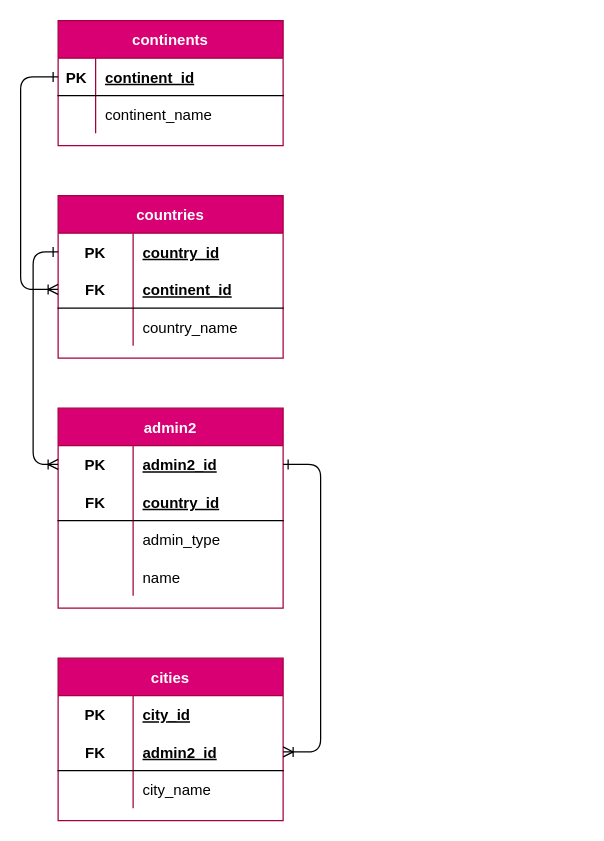
Earlier version of the draw.io diagram page "model" (2 of 2) of mundo_ER.drawio (r3card0/mundo-octo-potato). Source tidied: cells renumbered, new cells numbered last; positions are measured from the earlier drawing's top-left corner, leaving out a move shared by most shapes. Both pictures are drawn from the tidied source at 125%, with x=0, y=0 at pixel (20, 20).
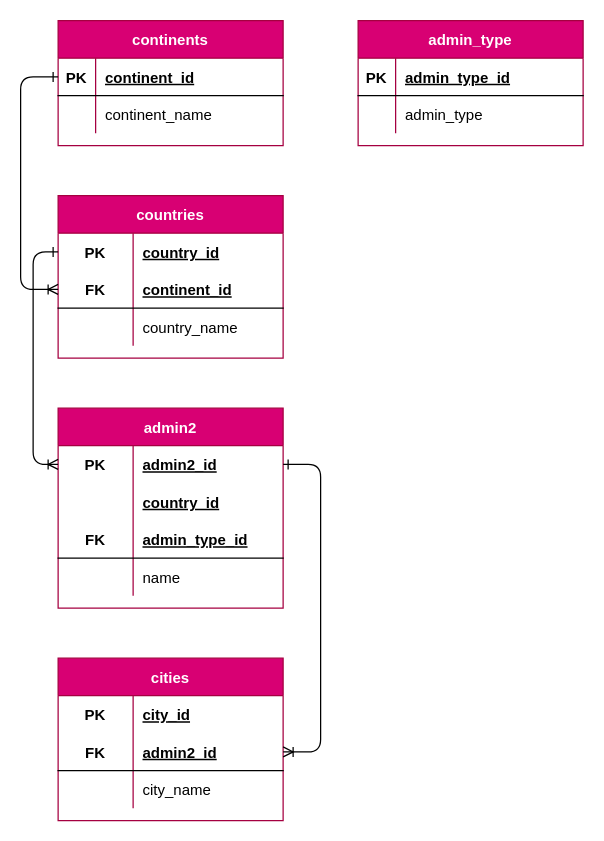
Above is the later version.

Commit message:
fixed admin2 model

Unchanged cells that the change refers to:
```xml
<mxCell id="19" value="admin2" style="shape=table;startSize=30;childLayout=tableLayout;rowLines=0;fontStyle=1;align=center;fillColor=#d80073;fontColor=#ffffff;strokeColor=#A50040;" parent="1" vertex="1">
  <mxGeometry x="30" y="310" width="180" height="160" as="geometry" />
</mxCell>
```

What changed in the source:
```diff
@@
+    <mxCell id="45" style="shape=partialRectangle;fillColor=none;top=0;left=0;bottom=0;right=0;" parent="19" vertex="1">
+      <mxGeometry y="60" width="180" height="30" as="geometry" />
+    </mxCell>
+    <mxCell id="46" style="shape=partialRectangle;fillColor=none;top=0;left=0;bottom=0;right=0;fontStyle=1;overflow=hidden;" parent="45" vertex="1">
+      <mxGeometry width="60" height="30" as="geometry" />
+    </mxCell>
+    <mxCell id="47" value="country_id" style="shape=partialRectangle;fillColor=none;top=0;left=0;bottom=0;right=0;align=left;spacingLeft=6;fontStyle=5;overflow=hidden;" parent="45" vertex="1">
+      <mxGeometry x="60" width="120" height="30" as="geometry" />
+    </mxCell>
     <mxCell id="23" style="shape=partialRectangle;fillColor=none;top=0;left=0;bottom=1;right=0;" parent="19" vertex="1">
-      <mxGeometry y="60" width="180" height="30" as="geometry" />
+      <mxGeometry y="90" width="180" height="30" as="geometry" />
     </mxCell>
@@
-    <mxCell id="25" value="country_id" style="shape=partialRectangle;fillColor=none;top=0;left=0;bottom=0;right=0;align=left;spacingLeft=6;fontStyle=5;overflow=hidden;" parent="23" vertex="1">
+    <mxCell id="25" value="admin_type_id" style="shape=partialRectangle;fillColor=none;top=0;left=0;bottom=0;right=0;align=left;spacingLeft=6;fontStyle=5;overflow=hidden;" parent="23" vertex="1">
       <mxGeometry x="60" width="120" height="30" as="geometry" />
     </mxCell>
     <mxCell id="26" style="shape=partialRectangle;fillColor=none;top=0;left=0;bottom=0;right=0;" parent="19" vertex="1">
-      <mxGeometry y="90" width="180" height="30" as="geometry" />
+      <mxGeometry y="120" width="180" height="30" as="geometry" />
     </mxCell>
@@
-    <mxCell id="28" value="admin_type" style="shape=partialRectangle;fillColor=none;top=0;left=0;bottom=0;right=0;align=left;spacingLeft=6;overflow=hidden;" parent="26" vertex="1">
+    <mxCell id="28" value="name" style="shape=partialRectangle;fillColor=none;top=0;left=0;bottom=0;right=0;align=left;spacingLeft=6;overflow=hidden;" parent="26" vertex="1">
       <mxGeometry x="60" width="120" height="30" as="geometry" />
     </mxCell>
-    <mxCell id="29" style="shape=partialRectangle;fillColor=none;top=0;left=0;bottom=0;right=0;" parent="19" vertex="1">
-      <mxGeometry y="120" width="180" height="30" as="geometry" />
-    </mxCell>
-    <mxCell id="30" style="shape=partialRectangle;fillColor=none;top=0;left=0;bottom=0;right=0;overflow=hidden;" parent="29" vertex="1">
-      <mxGeometry width="60" height="30" as="geometry" />
-    </mxCell>
-    <mxCell id="31" value="name" style="shape=partialRectangle;fillColor=none;top=0;left=0;bottom=0;right=0;align=left;spacingLeft=6;overflow=hidden;" parent="29" vertex="1">
-      <mxGeometry x="60" width="120" height="30" as="geometry" />
-    </mxCell>
@@
+    <mxCell id="48" value="admin_type" style="shape=table;startSize=30;childLayout=tableLayout;rowLines=0;fontStyle=1;align=center;fillColor=#d80073;strokeColor=#A50040;fontColor=#ffffff;" parent="1" vertex="1">
+      <mxGeometry x="270" width="180" height="100" as="geometry" />
+    </mxCell>
+    <mxCell id="49" style="shape=partialRectangle;fillColor=none;top=0;left=0;bottom=1;right=0;" parent="48" vertex="1">
+      <mxGeometry y="30" width="180" height="30" as="geometry" />
+    </mxCell>
+    <mxCell id="50" value="PK" style="shape=partialRectangle;fillColor=none;top=0;left=0;bottom=0;right=0;fontStyle=1;overflow=hidden;" parent="49" vertex="1">
+      <mxGeometry width="30" height="30" as="geometry" />
+    </mxCell>
+    <mxCell id="51" value="admin_type_id" style="shape=partialRectangle;fillColor=none;top=0;left=0;bottom=0;right=0;align=left;spacingLeft=6;fontStyle=5;overflow=hidden;" parent="49" vertex="1">
+      <mxGeometry x="30" width="150" height="30" as="geometry" />
+    </mxCell>
+    <mxCell id="52" style="shape=partialRectangle;fillColor=none;top=0;left=0;bottom=0;right=0;" parent="48" vertex="1">
+      <mxGeometry y="60" width="180" height="30" as="geometry" />
+    </mxCell>
+    <mxCell id="53" style="shape=partialRectangle;fillColor=none;top=0;left=0;bottom=0;right=0;overflow=hidden;" parent="52" vertex="1">
+      <mxGeometry width="30" height="30" as="geometry" />
+    </mxCell>
+    <mxCell id="54" value="admin_type" style="shape=partialRectangle;fillColor=none;top=0;left=0;bottom=0;right=0;align=left;spacingLeft=6;overflow=hidden;" parent="52" vertex="1">
+      <mxGeometry x="30" width="150" height="30" as="geometry" />
+    </mxCell>
```
